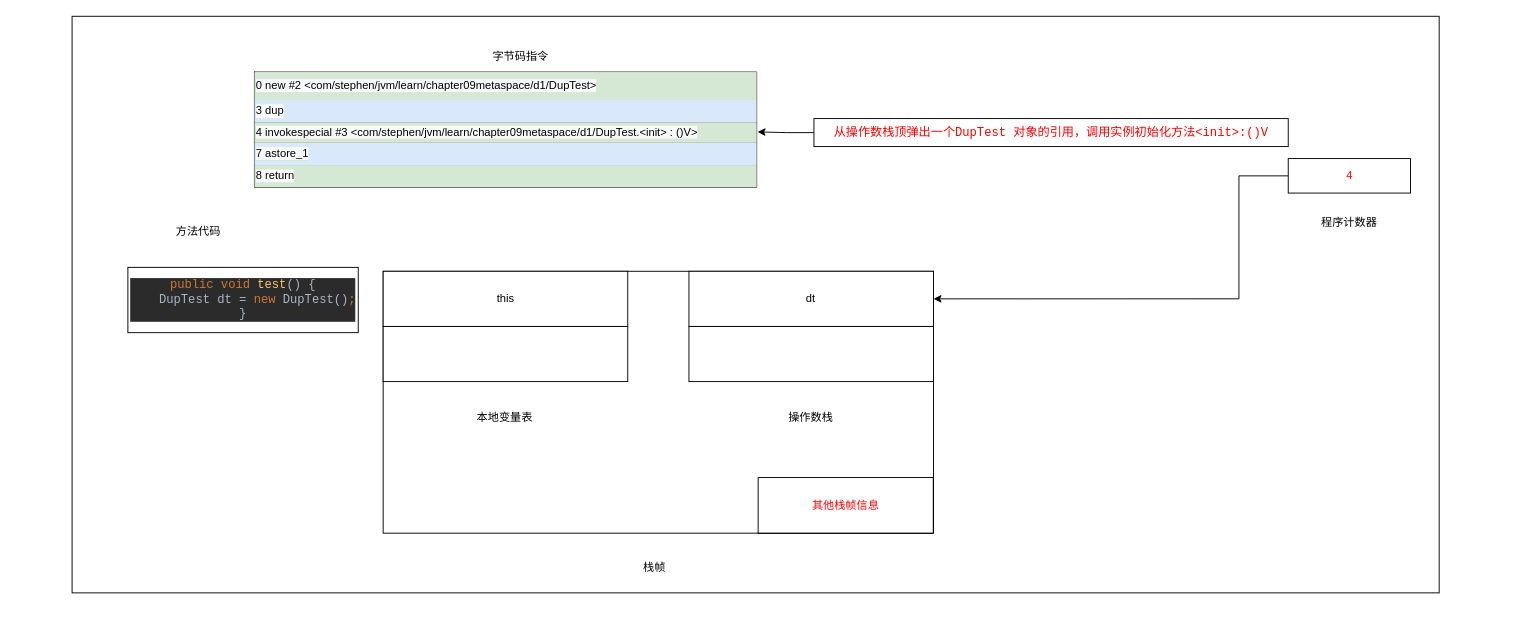
Earlier version of the draw.io diagram page "新建对象dup流程3" (3 of 5) of src/main/java/com/stephen/jvm/learn/drawio/vmstack_dup指令用法2新建对象.drawio (ruoshuisq/jvm-learn). Source tidied: cells renumbered, new cells numbered last; positions are measured from the earlier drawing's top-left corner, leaving out a move shared by most shapes. Both pictures are drawn from the tidied source at 93%, with x=0, y=0 at pixel (16, 16).
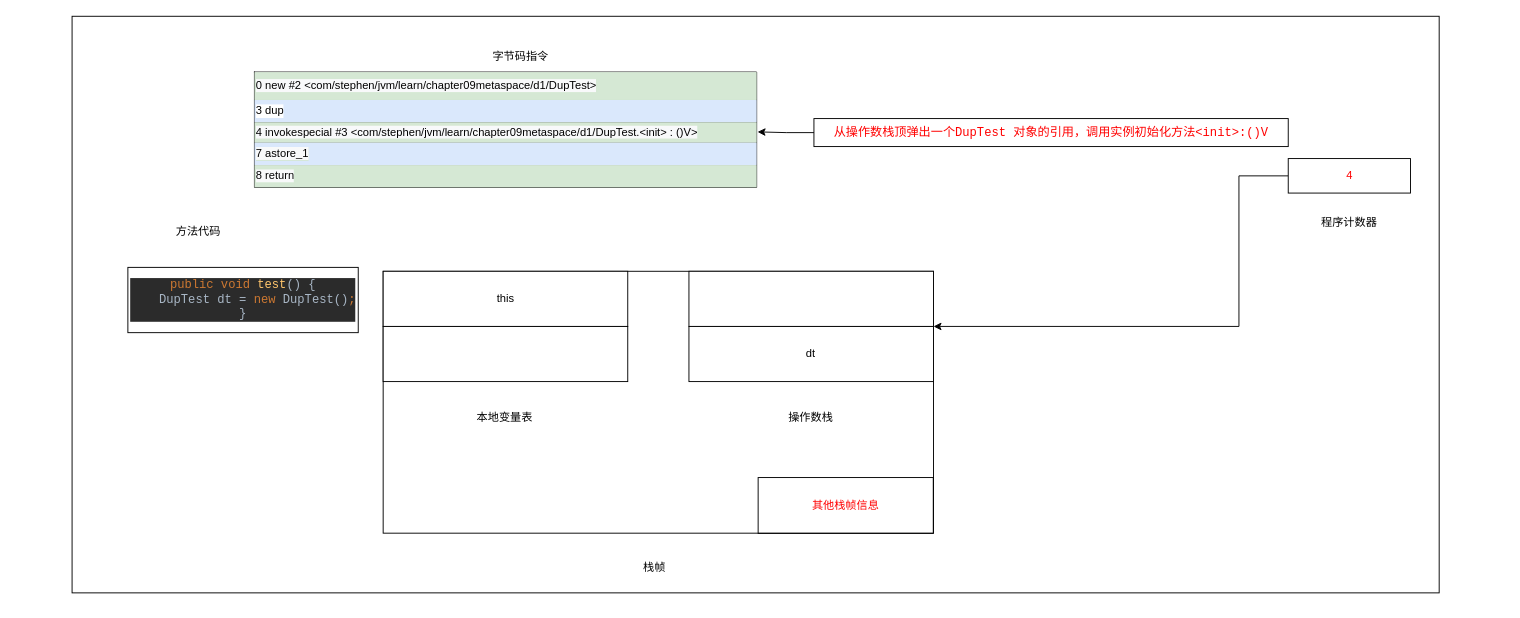
The same page after the edit.

The change refers to these unchanged cells:
```xml
<mxCell id="4" style="group;" parent="3" vertex="1">
  <mxGeometry x="87.7" y="22.2" width="1453.2" height="592.9" as="geometry" />
</mxCell>
<mxCell id="13" value="&lt;font color=&quot;#ff0000&quot;&gt;4&lt;/font&gt;" style="rounded=0;whiteSpace=wrap;html=1;strokeColor=default;" parent="4" vertex="1">
  <mxGeometry x="1280" y="130.8" width="131.5" height="37.1" as="geometry" />
</mxCell>
```

Change to the diagram source:
```diff
@@
-    <mxCell id="11" value="dt" style="rounded=0;whiteSpace=wrap;html=1;strokeColor=default;" parent="4" vertex="1">
+    <mxCell id="11" style="rounded=0;whiteSpace=wrap;html=1;strokeColor=default;" parent="4" vertex="1">
       <mxGeometry x="635.6" y="252" width="263" height="59.3" as="geometry" />
     </mxCell>
-    <mxCell id="12" style="edgeStyle=orthogonalEdgeStyle;rounded=0;jettySize=auto;html=1;entryX=1;entryY=0.5;entryDx=0;entryDy=0;" parent="4" edge="1" source="13" target="11">
+    <mxCell id="12" style="edgeStyle=orthogonalEdgeStyle;rounded=0;jettySize=auto;html=1;entryX=1;entryY=1;entryDx=0;entryDy=0;" parent="4" edge="1" source="13" target="11">
       <mxGeometry relative="1" as="geometry">
         <Array as="points">
           <mxPoint x="1227" y="149" />
-          <mxPoint x="1227" y="282" />
+          <mxPoint x="1227" y="311" />
         </Array>
       </mxGeometry>
     </mxCell>
@@
-    <mxCell id="29" style="rounded=0;whiteSpace=wrap;html=1;strokeColor=default;" parent="4" vertex="1">
+    <mxCell id="29" value="dt" style="rounded=0;whiteSpace=wrap;html=1;strokeColor=default;" parent="4" vertex="1">
       <mxGeometry x="635.6" y="311.3" width="263" height="59.3" as="geometry" />
     </mxCell>
```
